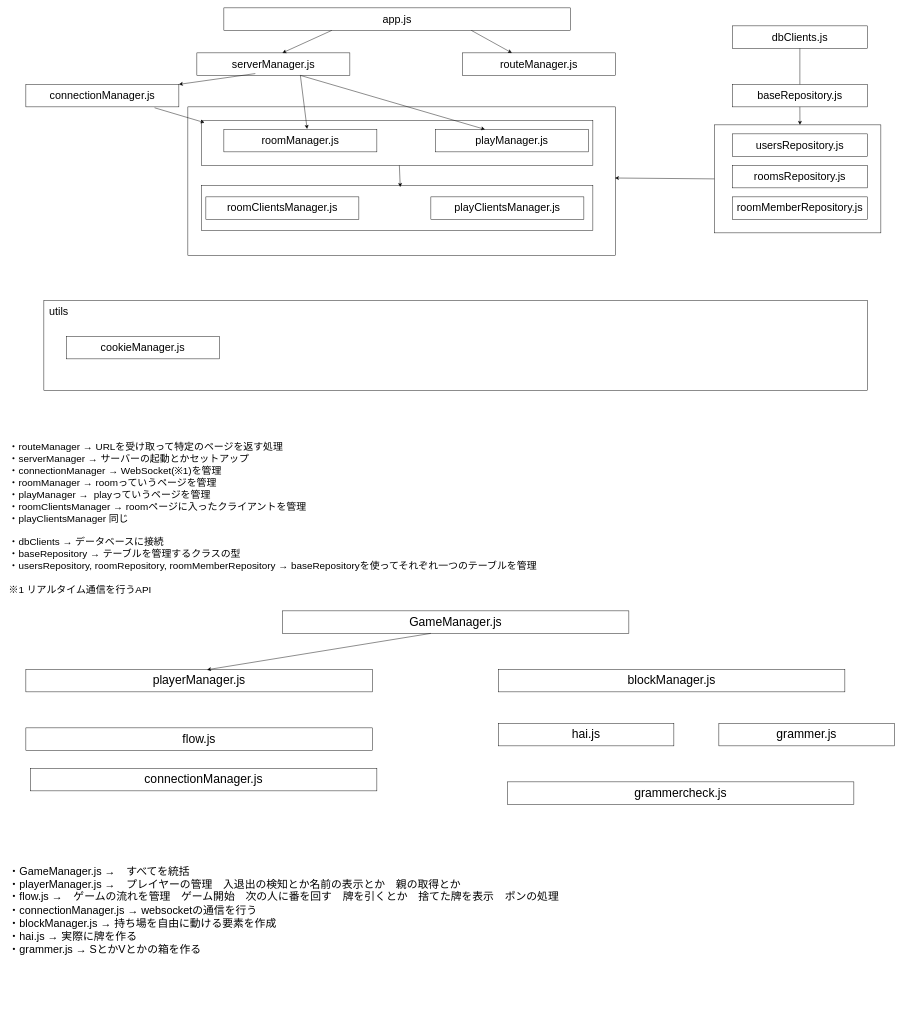
This is プログラム.drawio from kyougi-kai/Mahjongrammer, a draw.io file, before an edit. Source tidied: cells renumbered, new cells numbered last; positions are measured from the earlier drawing's top-left corner, leaving out a move shared by most shapes. Both pictures are drawn from the tidied source at 45%, with x=0, y=0 at pixel (8, 8).
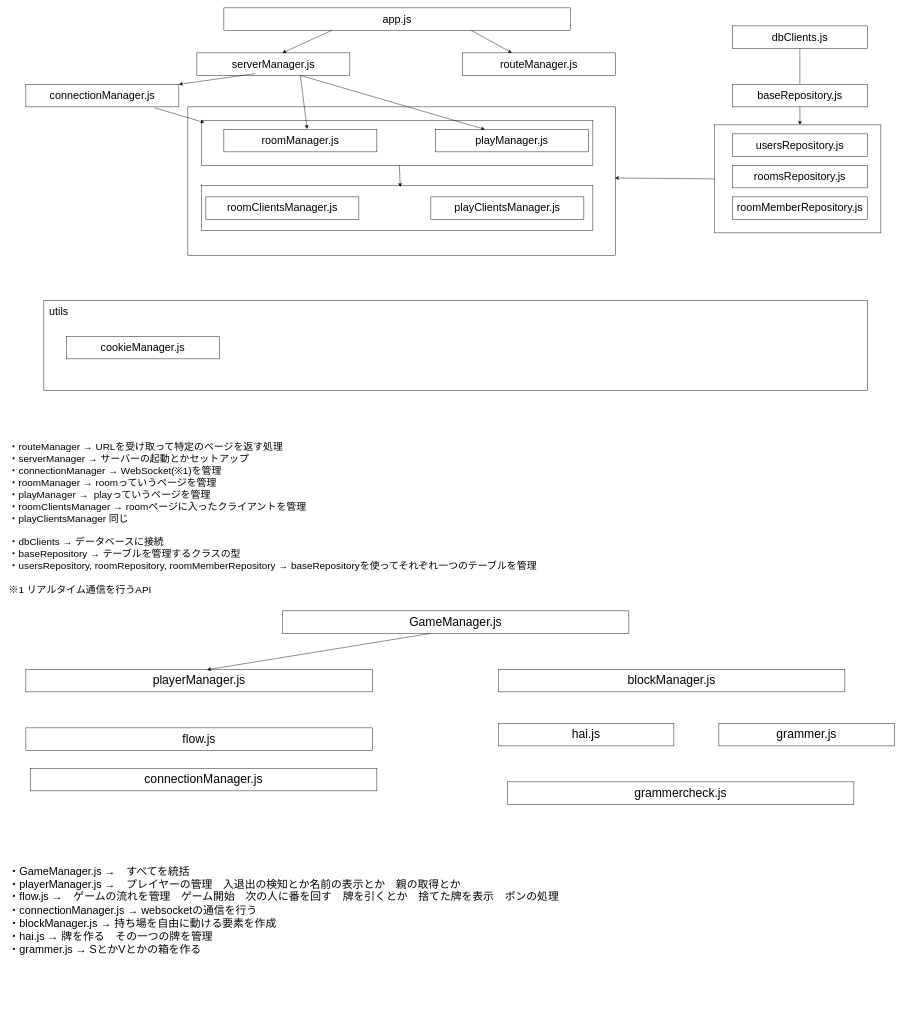
The same diagram, later.

Change to the diagram source:
```diff
@@
-    <mxCell id="41" value="&lt;font style=&quot;font-size: 24px;&quot;&gt;・GameManager.js →　すべてを統括&lt;/font&gt;&lt;div&gt;&lt;font style=&quot;font-size: 24px;&quot;&gt;・playerManager.js →　プレイヤーの管理　入退出の検知とか名前の表示とか　親の取得とか&lt;/font&gt;&lt;/div&gt;&lt;div&gt;&lt;font style=&quot;font-size: 24px;&quot;&gt;・flow.js →　ゲームの流れを管理　ゲーム開始　次の人に番を回す　牌を引くとか　捨てた牌を表示　ポンの処理&lt;/font&gt;&lt;/div&gt;&lt;div&gt;&lt;font style=&quot;font-size: 24px;&quot;&gt;・connectionManager.js → websocketの通信を行う&lt;/font&gt;&lt;/div&gt;&lt;div&gt;&lt;font style=&quot;font-size: 24px;&quot;&gt;・blockManager.js → 持ち場を自由に動ける要素を作成&lt;/font&gt;&lt;/div&gt;&lt;div&gt;&lt;font style=&quot;font-size: 24px;&quot;&gt;・hai.js → 実際に牌を作る&lt;/font&gt;&lt;/div&gt;&lt;div&gt;&lt;font style=&quot;font-size: 24px;&quot;&gt;・grammer.js → SとかVとかの箱を作る&lt;/font&gt;&lt;/div&gt;" style="text;html=1;align=left;verticalAlign=middle;whiteSpace=wrap;rounded=0;" parent="1" vertex="1">
+    <mxCell id="41" value="&lt;font style=&quot;font-size: 24px;&quot;&gt;・GameManager.js →　すべてを統括&lt;/font&gt;&lt;div&gt;&lt;font style=&quot;font-size: 24px;&quot;&gt;・playerManager.js →　プレイヤーの管理　入退出の検知とか名前の表示とか　親の取得とか&lt;/font&gt;&lt;/div&gt;&lt;div&gt;&lt;font style=&quot;font-size: 24px;&quot;&gt;・flow.js →　ゲームの流れを管理　ゲーム開始　次の人に番を回す　牌を引くとか　捨てた牌を表示　ポンの処理&lt;/font&gt;&lt;/div&gt;&lt;div&gt;&lt;font style=&quot;font-size: 24px;&quot;&gt;・connectionManager.js → websocketの通信を行う&lt;/font&gt;&lt;/div&gt;&lt;div&gt;&lt;font style=&quot;font-size: 24px;&quot;&gt;・blockManager.js → 持ち場を自由に動ける要素を作成&lt;/font&gt;&lt;/div&gt;&lt;div&gt;&lt;font style=&quot;font-size: 24px;&quot;&gt;・hai.js → 牌を作る　その一つの牌を管理&lt;/font&gt;&lt;/div&gt;&lt;div&gt;&lt;font style=&quot;font-size: 24px;&quot;&gt;・grammer.js → SとかVとかの箱を作る&lt;/font&gt;&lt;/div&gt;" style="text;html=1;align=left;verticalAlign=middle;whiteSpace=wrap;rounded=0;" parent="1" vertex="1">
       <mxGeometry y="1800" width="1540" height="410" as="geometry" />
     </mxCell>
```
